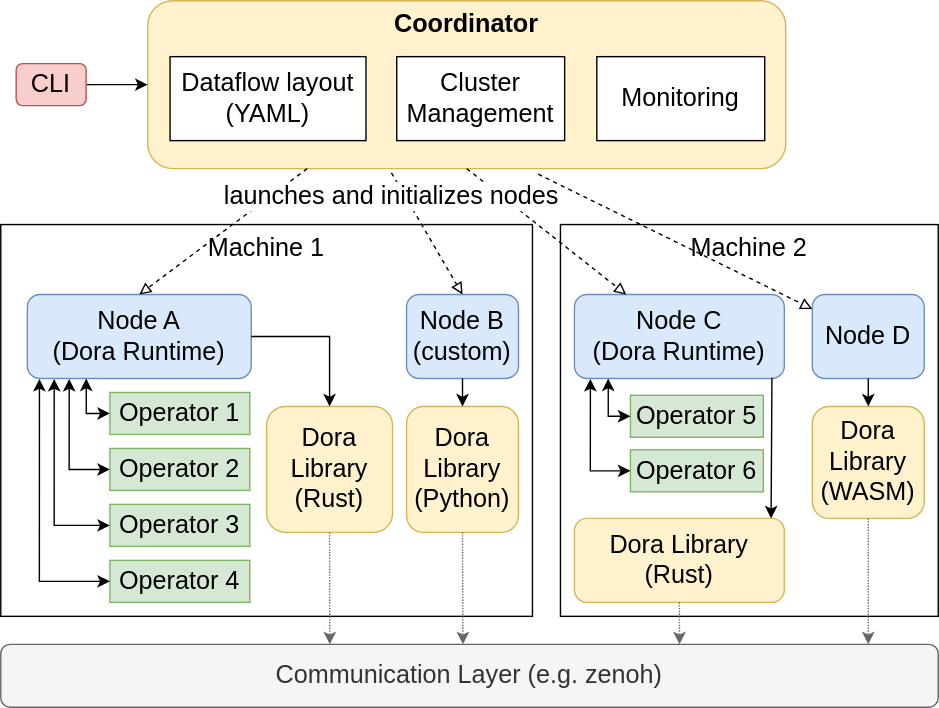
Before: design/overview.svg, a diagram exported from draw.io (dora-rs/dora). Source tidied: cells renumbered, new cells last; positions are measured from the earlier drawing's top-left corner, leaving out a move shared by most shapes. The source it was exported from:
```xml
<mxGraphModel>
  <root>
    <mxCell id="0" />
    <mxCell id="1" parent="0" />
    <mxCell id="2" value="&lt;b&gt;&lt;font style=&quot;font-size: 18px&quot;&gt;Coordinator&lt;/font&gt;&lt;/b&gt;" style="rounded=1;whiteSpace=wrap;html=1;verticalAlign=top;labelBackgroundColor=none;fillColor=#fff2cc;strokeColor=#d6b656;perimeterSpacing=0;" parent="1" vertex="1">
      <mxGeometry x="105" width="456" height="120" as="geometry" />
    </mxCell>
    <mxCell id="3" value="Dataflow layout (YAML)" style="rounded=0;whiteSpace=wrap;html=1;labelBackgroundColor=none;fontSize=18;" parent="1" vertex="1">
      <mxGeometry x="121" y="40" width="140" height="60" as="geometry" />
    </mxCell>
    <mxCell id="4" value="Cluster Management" style="rounded=0;whiteSpace=wrap;html=1;labelBackgroundColor=none;fontSize=18;" parent="1" vertex="1">
      <mxGeometry x="283" y="40" width="120" height="60" as="geometry" />
    </mxCell>
    <mxCell id="5" value="Monitoring" style="rounded=0;whiteSpace=wrap;html=1;labelBackgroundColor=none;fontSize=18;" parent="1" vertex="1">
      <mxGeometry x="426" y="40" width="120" height="60" as="geometry" />
    </mxCell>
    <mxCell id="6" style="edgeStyle=orthogonalEdgeStyle;rounded=0;jettySize=auto;html=1;fontSize=18;entryX=0;entryY=0.5;entryDx=0;entryDy=0;exitX=1;exitY=0.5;exitDx=0;exitDy=0;" parent="1" edge="1" source="7" target="2">
      <mxGeometry relative="1" as="geometry" />
    </mxCell>
    <mxCell id="7" value="CLI" style="rounded=1;whiteSpace=wrap;html=1;labelBackgroundColor=none;fontSize=18;fillColor=#f8cecc;strokeColor=#b85450;" parent="1" vertex="1">
      <mxGeometry x="11" y="45" width="50" height="30" as="geometry" />
    </mxCell>
    <mxCell id="8" value="Machine 1" style="rounded=0;whiteSpace=wrap;html=1;labelBackgroundColor=none;fontSize=18;verticalAlign=top;" parent="1" vertex="1">
      <mxGeometry y="160" width="380" height="280" as="geometry" />
    </mxCell>
    <mxCell id="9" value="Node A&lt;br&gt;(Dora Runtime)" style="rounded=1;whiteSpace=wrap;html=1;labelBackgroundColor=none;fontSize=18;fillColor=#dae8fc;strokeColor=#6c8ebf;" parent="1" vertex="1">
      <mxGeometry x="19" y="210" width="160" height="60" as="geometry" />
    </mxCell>
    <mxCell id="10" value="Node B&lt;br&gt;(custom)&lt;br&gt;&lt;div&gt;&lt;/div&gt;" style="rounded=1;whiteSpace=wrap;html=1;labelBackgroundColor=none;fontSize=18;fillColor=#dae8fc;strokeColor=#6c8ebf;" parent="1" vertex="1">
      <mxGeometry x="290" y="210" width="80" height="60" as="geometry" />
    </mxCell>
    <mxCell id="11" value="&lt;div&gt;Machine 2&lt;/div&gt;" style="rounded=0;whiteSpace=wrap;html=1;labelBackgroundColor=none;fontSize=18;verticalAlign=top;" parent="1" vertex="1">
      <mxGeometry x="400" y="160" width="270" height="280" as="geometry" />
    </mxCell>
    <mxCell id="12" value="Node C&lt;br&gt;(Dora Runtime)" style="rounded=1;whiteSpace=wrap;html=1;labelBackgroundColor=none;fontSize=18;fillColor=#dae8fc;strokeColor=#6c8ebf;" parent="1" vertex="1">
      <mxGeometry x="410" y="210" width="150" height="60" as="geometry" />
    </mxCell>
    <mxCell id="13" value="Node D&lt;div&gt;&lt;/div&gt;" style="rounded=1;whiteSpace=wrap;html=1;labelBackgroundColor=none;fontSize=18;fillColor=#dae8fc;strokeColor=#6c8ebf;" parent="1" vertex="1">
      <mxGeometry x="580" y="210" width="80" height="60" as="geometry" />
    </mxCell>
    <mxCell id="14" style="endArrow=block;html=1;rounded=0;fontSize=18;exitX=0.25;exitY=1;exitDx=0;exitDy=0;entryX=0.5;entryY=0;entryDx=0;entryDy=0;dashed=1;endFill=0;" parent="1" edge="1" source="2" target="9">
      <mxGeometry relative="1" as="geometry" />
    </mxCell>
    <mxCell id="15" style="endArrow=block;html=1;rounded=0;fontSize=18;exitX=0.5;exitY=1;exitDx=0;exitDy=0;dashed=1;endFill=0;" parent="1" edge="1" source="2" target="12">
      <mxGeometry relative="1" as="geometry" />
    </mxCell>
    <mxCell id="16" style="endArrow=block;html=1;rounded=0;fontSize=18;entryX=0.5;entryY=0;entryDx=0;entryDy=0;dashed=1;endFill=0;exitX=0.382;exitY=1.025;exitDx=0;exitDy=0;exitPerimeter=0;" parent="1" edge="1" source="2" target="10">
      <mxGeometry relative="1" as="geometry" />
    </mxCell>
    <mxCell id="17" value="launches and initializes nodes" style="edgeLabel;html=1;align=center;verticalAlign=middle;fontSize=18;" parent="16" vertex="1">
      <mxGeometry x="-0.25" y="4" relative="1" as="geometry">
        <mxPoint x="-23" y="-14" as="offset" />
      </mxGeometry>
    </mxCell>
    <mxCell id="18" style="endArrow=block;html=1;rounded=0;fontSize=18;exitX=0.612;exitY=1.033;exitDx=0;exitDy=0;dashed=1;endFill=0;exitPerimeter=0;" parent="1" edge="1" source="2" target="13">
      <mxGeometry relative="1" as="geometry" />
    </mxCell>
    <mxCell id="19" value="Dora Library (Rust)" style="rounded=1;whiteSpace=wrap;html=1;labelBackgroundColor=none;fontSize=18;fillColor=#fff2cc;strokeColor=#d6b656;" parent="1" vertex="1">
      <mxGeometry x="190" y="290" width="90" height="90" as="geometry" />
    </mxCell>
    <mxCell id="20" value="Dora Library (Python)" style="rounded=1;whiteSpace=wrap;html=1;labelBackgroundColor=none;fontSize=18;fillColor=#fff2cc;strokeColor=#d6b656;" parent="1" vertex="1">
      <mxGeometry x="290" y="290" width="80" height="90" as="geometry" />
    </mxCell>
    <mxCell id="21" value="Dora Library (Rust)" style="rounded=1;whiteSpace=wrap;html=1;labelBackgroundColor=none;fontSize=18;fillColor=#fff2cc;strokeColor=#d6b656;" parent="1" vertex="1">
      <mxGeometry x="410" y="370" width="150" height="60" as="geometry" />
    </mxCell>
    <mxCell id="22" value="Dora Library (WASM)" style="rounded=1;whiteSpace=wrap;html=1;labelBackgroundColor=none;fontSize=18;fillColor=#fff2cc;strokeColor=#d6b656;" parent="1" vertex="1">
      <mxGeometry x="580" y="290" width="80" height="80" as="geometry" />
    </mxCell>
    <mxCell id="23" style="endArrow=classic;html=1;rounded=0;fontSize=18;exitX=1;exitY=0.5;exitDx=0;exitDy=0;edgeStyle=orthogonalEdgeStyle;" parent="1" edge="1" source="9" target="19">
      <mxGeometry relative="1" as="geometry" />
    </mxCell>
    <mxCell id="24" style="endArrow=classic;html=1;rounded=0;fontSize=18;exitX=0.5;exitY=1;exitDx=0;exitDy=0;entryX=0.5;entryY=0;entryDx=0;entryDy=0;" parent="1" edge="1" source="10" target="20">
      <mxGeometry relative="1" as="geometry" />
    </mxCell>
    <mxCell id="25" style="endArrow=classic;html=1;rounded=0;fontSize=18;exitX=0.941;exitY=0.992;exitDx=0;exitDy=0;entryX=0.937;entryY=0;entryDx=0;entryDy=0;exitPerimeter=0;entryPerimeter=0;" parent="1" edge="1" source="12" target="21">
      <mxGeometry relative="1" as="geometry" />
    </mxCell>
    <mxCell id="26" style="endArrow=classic;html=1;rounded=0;fontSize=18;exitX=0.5;exitY=1;exitDx=0;exitDy=0;" parent="1" edge="1" source="13" target="22">
      <mxGeometry relative="1" as="geometry" />
    </mxCell>
    <mxCell id="27" value="Communication Layer (e.g. zenoh)" style="rounded=1;whiteSpace=wrap;html=1;labelBackgroundColor=none;fontSize=18;fillColor=#f5f5f5;strokeColor=#666666;fontColor=#333333;" parent="1" vertex="1">
      <mxGeometry y="460" width="670" height="45" as="geometry" />
    </mxCell>
    <mxCell id="28" style="endArrow=classic;html=1;rounded=0;fontSize=18;exitX=0.5;exitY=1;exitDx=0;exitDy=0;dashed=1;dashPattern=1 1;fillColor=#f5f5f5;strokeColor=#666666;entryX=0.351;entryY=0;entryDx=0;entryDy=0;entryPerimeter=0;" parent="1" edge="1" source="19" target="27">
      <mxGeometry relative="1" as="geometry" />
    </mxCell>
    <mxCell id="29" style="endArrow=classic;html=1;rounded=0;fontSize=18;exitX=0.5;exitY=1;exitDx=0;exitDy=0;dashed=1;dashPattern=1 1;fillColor=#f5f5f5;strokeColor=#666666;entryX=0.493;entryY=0;entryDx=0;entryDy=0;entryPerimeter=0;" parent="1" edge="1" source="20" target="27">
      <mxGeometry relative="1" as="geometry" />
    </mxCell>
    <mxCell id="30" style="endArrow=classic;html=1;rounded=0;fontSize=18;exitX=0.5;exitY=1;exitDx=0;exitDy=0;entryX=0.724;entryY=0;entryDx=0;entryDy=0;dashed=1;dashPattern=1 1;fillColor=#f5f5f5;strokeColor=#666666;entryPerimeter=0;" parent="1" edge="1" source="21" target="27">
      <mxGeometry relative="1" as="geometry" />
    </mxCell>
    <mxCell id="31" style="endArrow=classic;html=1;rounded=0;fontSize=18;exitX=0.5;exitY=1;exitDx=0;exitDy=0;dashed=1;dashPattern=1 1;fillColor=#f5f5f5;strokeColor=#666666;" parent="1" edge="1" source="22">
      <mxGeometry relative="1" as="geometry">
        <mxPoint x="620" y="460" as="targetPoint" />
      </mxGeometry>
    </mxCell>
    <mxCell id="32" value="&lt;span style=&quot;font-size: 18px&quot;&gt;Operator 1&lt;/span&gt;" style="rounded=0;whiteSpace=wrap;html=1;fillColor=#d5e8d4;strokeColor=#82b366;" parent="1" vertex="1">
      <mxGeometry x="78" y="280" width="100" height="30" as="geometry" />
    </mxCell>
    <mxCell id="33" value="&lt;span style=&quot;font-size: 18px&quot;&gt;Operator 3&lt;/span&gt;" style="rounded=0;whiteSpace=wrap;html=1;fillColor=#d5e8d4;strokeColor=#82b366;" parent="1" vertex="1">
      <mxGeometry x="78" y="360" width="100" height="30" as="geometry" />
    </mxCell>
    <mxCell id="34" value="&lt;span style=&quot;font-size: 18px&quot;&gt;Operator 2&lt;/span&gt;" style="rounded=0;whiteSpace=wrap;html=1;fillColor=#d5e8d4;strokeColor=#82b366;" parent="1" vertex="1">
      <mxGeometry x="78" y="320" width="100" height="30" as="geometry" />
    </mxCell>
    <mxCell id="35" value="&lt;span style=&quot;font-size: 18px&quot;&gt;Operator 4&lt;/span&gt;" style="rounded=0;whiteSpace=wrap;html=1;fillColor=#d5e8d4;strokeColor=#82b366;" parent="1" vertex="1">
      <mxGeometry x="78" y="400" width="100" height="30" as="geometry" />
    </mxCell>
    <mxCell id="36" style="endArrow=classic;startArrow=classic;html=1;rounded=0;exitX=0;exitY=0.5;exitDx=0;exitDy=0;edgeStyle=orthogonalEdgeStyle;entryX=0.263;entryY=1;entryDx=0;entryDy=0;entryPerimeter=0;" parent="1" edge="1" source="32" target="9">
      <mxGeometry relative="1" as="geometry" />
    </mxCell>
    <mxCell id="37" style="endArrow=classic;startArrow=classic;html=1;rounded=0;exitX=0;exitY=0.5;exitDx=0;exitDy=0;edgeStyle=orthogonalEdgeStyle;entryX=0.187;entryY=1.005;entryDx=0;entryDy=0;entryPerimeter=0;" parent="1" edge="1" source="34" target="9">
      <mxGeometry relative="1" as="geometry" />
    </mxCell>
    <mxCell id="38" style="endArrow=classic;startArrow=classic;html=1;rounded=0;exitX=0;exitY=0.5;exitDx=0;exitDy=0;edgeStyle=orthogonalEdgeStyle;entryX=0.12;entryY=1.005;entryDx=0;entryDy=0;entryPerimeter=0;" parent="1" edge="1" source="33" target="9">
      <mxGeometry relative="1" as="geometry" />
    </mxCell>
    <mxCell id="39" style="endArrow=classic;startArrow=classic;html=1;rounded=0;entryX=0.054;entryY=1.005;entryDx=0;entryDy=0;exitX=0;exitY=0.5;exitDx=0;exitDy=0;edgeStyle=orthogonalEdgeStyle;entryPerimeter=0;" parent="1" edge="1" source="35" target="9">
      <mxGeometry relative="1" as="geometry" />
    </mxCell>
    <mxCell id="40" value="&lt;span style=&quot;font-size: 18px&quot;&gt;Operator 5&lt;/span&gt;" style="rounded=0;whiteSpace=wrap;html=1;fillColor=#d5e8d4;strokeColor=#82b366;" parent="1" vertex="1">
      <mxGeometry x="450" y="282" width="95" height="30" as="geometry" />
    </mxCell>
    <mxCell id="41" value="&lt;span style=&quot;font-size: 18px&quot;&gt;Operator 6&lt;/span&gt;" style="rounded=0;whiteSpace=wrap;html=1;fillColor=#d5e8d4;strokeColor=#82b366;" parent="1" vertex="1">
      <mxGeometry x="450" y="321" width="95" height="30" as="geometry" />
    </mxCell>
    <mxCell id="42" style="endArrow=classic;startArrow=classic;html=1;rounded=0;edgeStyle=orthogonalEdgeStyle;entryX=0.076;entryY=1.005;entryDx=0;entryDy=0;exitX=0;exitY=0.5;exitDx=0;exitDy=0;entryPerimeter=0;" parent="1" edge="1" source="41" target="12">
      <mxGeometry relative="1" as="geometry" />
    </mxCell>
    <mxCell id="43" style="endArrow=classic;startArrow=classic;html=1;rounded=0;edgeStyle=orthogonalEdgeStyle;exitX=0;exitY=0.5;exitDx=0;exitDy=0;entryX=0.161;entryY=1;entryDx=0;entryDy=0;entryPerimeter=0;" parent="1" edge="1" source="40" target="12">
      <mxGeometry relative="1" as="geometry" />
    </mxCell>
  </root>
</mxGraphModel>
```
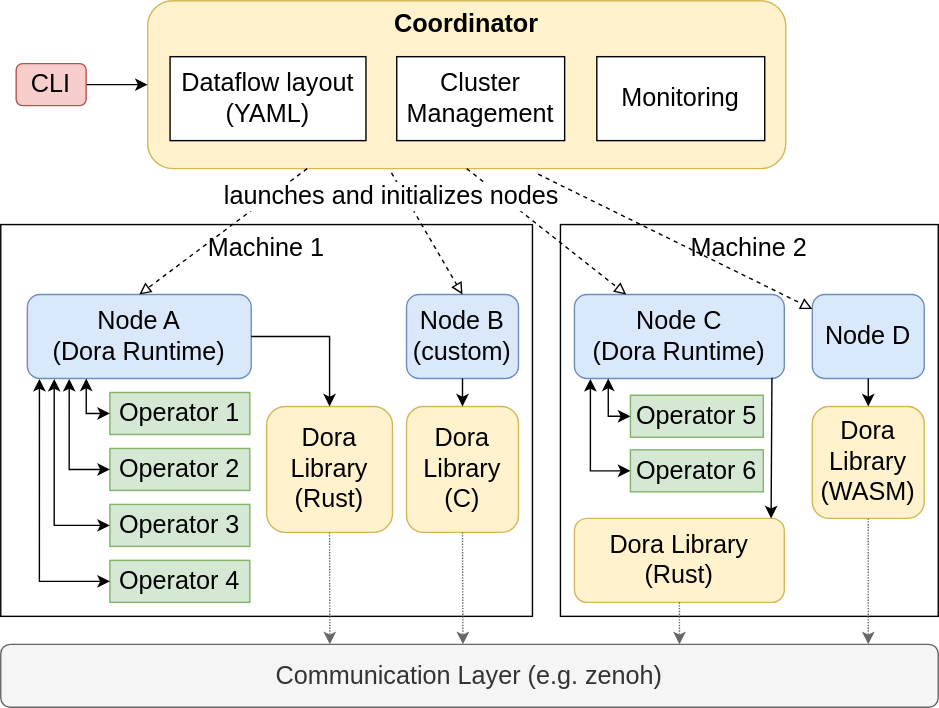
The same file after the commit.

Commit message:
Show C library instead of Python library in design diagram

Diff of the diagram source:
```diff
@@ -58,7 +58,7 @@
     <mxCell id="19" value="Dora Library (Rust)" style="rounded=1;whiteSpace=wrap;html=1;labelBackgroundColor=none;fontSize=18;fillColor=#fff2cc;strokeColor=#d6b656;" parent="1" vertex="1">
       <mxGeometry x="190" y="290" width="90" height="90" as="geometry" />
     </mxCell>
-    <mxCell id="20" value="Dora Library (Python)" style="rounded=1;whiteSpace=wrap;html=1;labelBackgroundColor=none;fontSize=18;fillColor=#fff2cc;strokeColor=#d6b656;" parent="1" vertex="1">
+    <mxCell id="20" value="Dora Library (C)" style="rounded=1;whiteSpace=wrap;html=1;labelBackgroundColor=none;fontSize=18;fillColor=#fff2cc;strokeColor=#d6b656;" parent="1" vertex="1">
       <mxGeometry x="290" y="290" width="80" height="90" as="geometry" />
     </mxCell>
     <mxCell id="21" value="Dora Library (Rust)" style="rounded=1;whiteSpace=wrap;html=1;labelBackgroundColor=none;fontSize=18;fillColor=#fff2cc;strokeColor=#d6b656;" parent="1" vertex="1">
```
